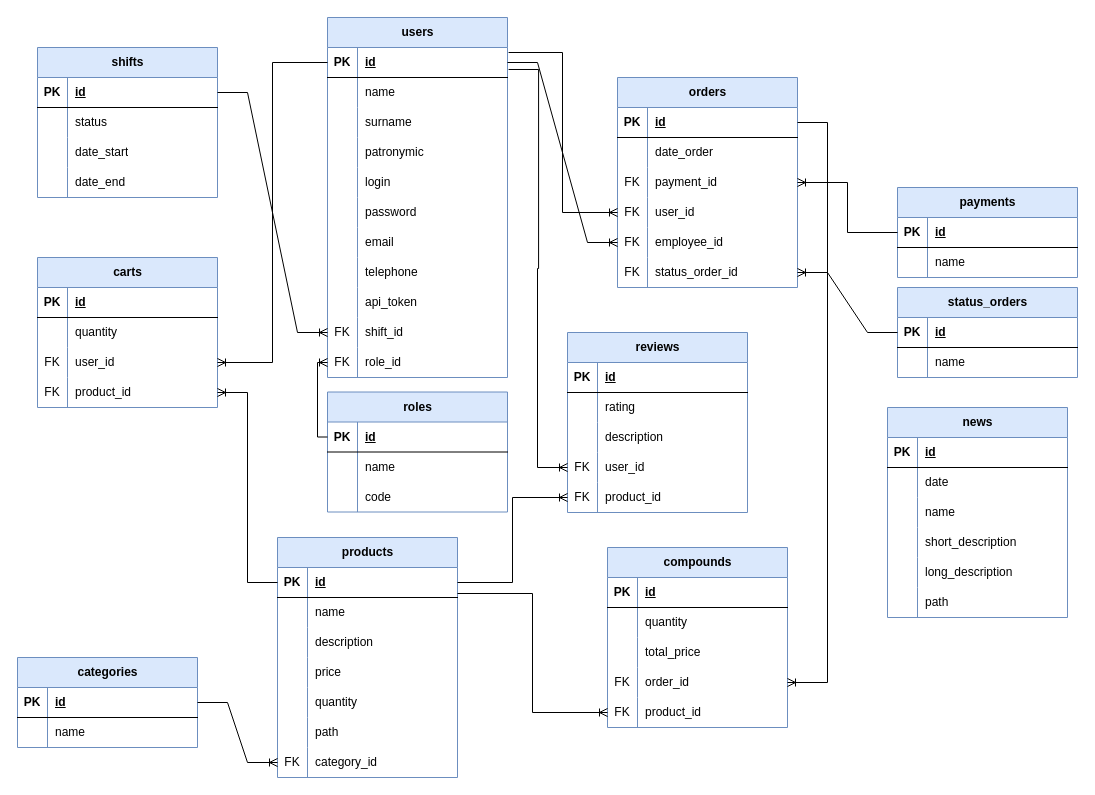
Above: page "ЛМ" (2 of 3) of doc/diagram.drawio in savayaqu/service_funeral (draw.io), before the change. Source tidied: cells renumbered, new cells numbered last; positions are measured from the earlier drawing's top-left corner, leaving out a move shared by most shapes. Both pictures are drawn from the tidied source at 100%, with x=0, y=0 at pixel (17, 17).
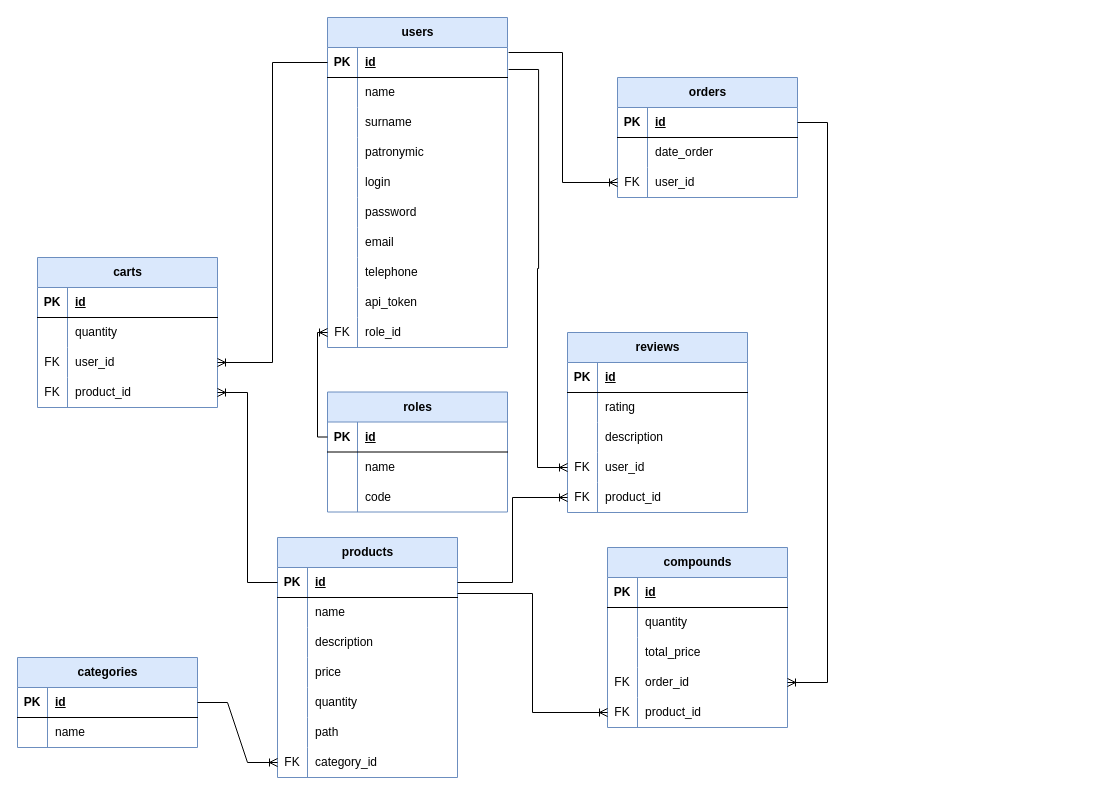
After the change.

Unchanged cells that the change refers to:
```xml
<mxCell id="13" style="shape=tableRow;horizontal=0;startSize=0;swimlaneHead=0;swimlaneBody=0;fillColor=none;points=[[0,0.5],[1,0.5]];portConstraint=eastwest;top=0;left=0;right=0;bottom=1;" parent="12" vertex="1">
  <mxGeometry y="30" width="180" height="30" as="geometry" />
</mxCell>
```

Change to the diagram source:
```diff
@@
     <mxCell id="12" value="users" style="shape=table;startSize=30;childLayout=tableLayout;rowLines=0;fontStyle=1;align=center;html=1;fillColor=#dae8fc;strokeColor=#6c8ebf;" parent="1" vertex="1">
-      <mxGeometry x="310" width="180" height="360" as="geometry" />
+      <mxGeometry x="310" width="180" height="330" as="geometry" />
     </mxCell>
@@
-    <mxCell id="40" style="shape=tableRow;horizontal=0;startSize=0;swimlaneHead=0;swimlaneBody=0;fillColor=none;points=[[0,0.5],[1,0.5]];portConstraint=eastwest;top=0;left=0;right=0;bottom=0;" parent="12" vertex="1">
-      <mxGeometry y="300" width="180" height="30" as="geometry" />
-    </mxCell>
-    <mxCell id="41" value="FK" style="shape=partialRectangle;fillColor=none;top=0;left=0;bottom=0;right=0;overflow=hidden;whiteSpace=wrap;html=1;" parent="40" vertex="1">
-      <mxGeometry width="30" height="30" as="geometry" />
-    </mxCell>
-    <mxCell id="42" value="shift_id" style="shape=partialRectangle;fillColor=none;top=0;left=0;bottom=0;right=0;align=left;spacingLeft=6;overflow=hidden;whiteSpace=wrap;html=1;" parent="40" vertex="1">
-      <mxGeometry x="30" width="150" height="30" as="geometry" />
-    </mxCell>
     <mxCell id="43" style="shape=tableRow;horizontal=0;startSize=0;swimlaneHead=0;swimlaneBody=0;fillColor=none;points=[[0,0.5],[1,0.5]];portConstraint=eastwest;top=0;left=0;right=0;bottom=0;" parent="12" vertex="1">
-      <mxGeometry y="330" width="180" height="30" as="geometry" />
+      <mxGeometry y="300" width="180" height="30" as="geometry" />
     </mxCell>
@@
     <mxCell id="75" value="orders" style="shape=table;startSize=30;childLayout=tableLayout;rowLines=0;fontStyle=1;align=center;html=1;fillColor=#dae8fc;strokeColor=#6c8ebf;" parent="1" vertex="1">
-      <mxGeometry x="600" y="60" width="180" height="210" as="geometry" />
+      <mxGeometry x="600" y="60" width="180" height="120" as="geometry" />
     </mxCell>
@@
-    <mxCell id="82" style="shape=tableRow;horizontal=0;startSize=0;swimlaneHead=0;swimlaneBody=0;fillColor=none;points=[[0,0.5],[1,0.5]];portConstraint=eastwest;top=0;left=0;right=0;bottom=0;" parent="75" vertex="1">
-      <mxGeometry y="90" width="180" height="30" as="geometry" />
-    </mxCell>
-    <mxCell id="83" value="FK" style="shape=partialRectangle;fillColor=none;top=0;left=0;bottom=0;right=0;overflow=hidden;whiteSpace=wrap;html=1;" parent="82" vertex="1">
-      <mxGeometry width="30" height="30" as="geometry" />
-    </mxCell>
-    <mxCell id="84" value="payment_id" style="shape=partialRectangle;fillColor=none;top=0;left=0;bottom=0;right=0;align=left;spacingLeft=6;overflow=hidden;whiteSpace=wrap;html=1;" parent="82" vertex="1">
-      <mxGeometry x="30" width="150" height="30" as="geometry" />
-    </mxCell>
     <mxCell id="85" style="shape=tableRow;horizontal=0;startSize=0;swimlaneHead=0;swimlaneBody=0;fillColor=none;points=[[0,0.5],[1,0.5]];portConstraint=eastwest;top=0;left=0;right=0;bottom=0;" parent="75" vertex="1">
-      <mxGeometry y="120" width="180" height="30" as="geometry" />
+      <mxGeometry y="90" width="180" height="30" as="geometry" />
     </mxCell>
@@
-    <mxCell id="88" style="shape=tableRow;horizontal=0;startSize=0;swimlaneHead=0;swimlaneBody=0;fillColor=none;points=[[0,0.5],[1,0.5]];portConstraint=eastwest;top=0;left=0;right=0;bottom=0;" parent="75" vertex="1">
-      <mxGeometry y="150" width="180" height="30" as="geometry" />
-    </mxCell>
-    <mxCell id="89" value="FK" style="shape=partialRectangle;fillColor=none;top=0;left=0;bottom=0;right=0;overflow=hidden;whiteSpace=wrap;html=1;" parent="88" vertex="1">
-      <mxGeometry width="30" height="30" as="geometry" />
-    </mxCell>
-    <mxCell id="90" value="employee_id" style="shape=partialRectangle;fillColor=none;top=0;left=0;bottom=0;right=0;align=left;spacingLeft=6;overflow=hidden;whiteSpace=wrap;html=1;" parent="88" vertex="1">
-      <mxGeometry x="30" width="150" height="30" as="geometry" />
-    </mxCell>
-    <mxCell id="91" style="shape=tableRow;horizontal=0;startSize=0;swimlaneHead=0;swimlaneBody=0;fillColor=none;points=[[0,0.5],[1,0.5]];portConstraint=eastwest;top=0;left=0;right=0;bottom=0;" parent="75" vertex="1">
-      <mxGeometry y="180" width="180" height="30" as="geometry" />
-    </mxCell>
-    <mxCell id="92" value="FK" style="shape=partialRectangle;fillColor=none;top=0;left=0;bottom=0;right=0;overflow=hidden;whiteSpace=wrap;html=1;" parent="91" vertex="1">
-      <mxGeometry width="30" height="30" as="geometry" />
-    </mxCell>
-    <mxCell id="93" value="status_order_id" style="shape=partialRectangle;fillColor=none;top=0;left=0;bottom=0;right=0;align=left;spacingLeft=6;overflow=hidden;whiteSpace=wrap;html=1;" parent="91" vertex="1">
-      <mxGeometry x="30" width="150" height="30" as="geometry" />
-    </mxCell>
-    <mxCell id="94" value="status_orders" style="shape=table;startSize=30;childLayout=tableLayout;rowLines=0;fontStyle=1;align=center;html=1;fillColor=#dae8fc;strokeColor=#6c8ebf;" parent="1" vertex="1">
-      <mxGeometry x="880" y="270" width="180" height="90" as="geometry" />
-    </mxCell>
-    <mxCell id="95" style="shape=tableRow;horizontal=0;startSize=0;swimlaneHead=0;swimlaneBody=0;fillColor=none;points=[[0,0.5],[1,0.5]];portConstraint=eastwest;top=0;left=0;right=0;bottom=1;" parent="94" vertex="1">
-      <mxGeometry y="30" width="180" height="30" as="geometry" />
-    </mxCell>
-    <mxCell id="96" value="PK" style="shape=partialRectangle;fillColor=none;top=0;left=0;bottom=0;right=0;fontStyle=1;overflow=hidden;whiteSpace=wrap;html=1;" parent="95" vertex="1">
-      <mxGeometry width="30" height="30" as="geometry" />
-    </mxCell>
-    <mxCell id="97" value="id" style="shape=partialRectangle;fillColor=none;top=0;left=0;bottom=0;right=0;align=left;spacingLeft=6;fontStyle=5;overflow=hidden;whiteSpace=wrap;html=1;" parent="95" vertex="1">
-      <mxGeometry x="30" width="150" height="30" as="geometry" />
-    </mxCell>
-    <mxCell id="98" style="shape=tableRow;horizontal=0;startSize=0;swimlaneHead=0;swimlaneBody=0;fillColor=none;top=0;left=0;right=0;bottom=0;" parent="94" vertex="1">
-      <mxGeometry y="60" width="180" height="30" as="geometry" />
-    </mxCell>
-    <mxCell id="99" style="shape=partialRectangle;fillColor=none;top=0;left=0;bottom=0;right=0;overflow=hidden;whiteSpace=wrap;html=1;" parent="98" vertex="1">
-      <mxGeometry width="30" height="30" as="geometry" />
-    </mxCell>
-    <mxCell id="100" value="name" style="shape=partialRectangle;fillColor=none;top=0;left=0;bottom=0;right=0;align=left;spacingLeft=6;overflow=hidden;whiteSpace=wrap;html=1;" parent="98" vertex="1">
-      <mxGeometry x="30" width="150" height="30" as="geometry" />
-    </mxCell>
-    <mxCell id="101" value="payments" style="shape=table;startSize=30;childLayout=tableLayout;rowLines=0;fontStyle=1;align=center;html=1;fillColor=#dae8fc;strokeColor=#6c8ebf;" parent="1" vertex="1">
-      <mxGeometry x="880" y="170" width="180" height="90" as="geometry" />
-    </mxCell>
-    <mxCell id="102" style="shape=tableRow;horizontal=0;startSize=0;swimlaneHead=0;swimlaneBody=0;fillColor=none;points=[[0,0.5],[1,0.5]];portConstraint=eastwest;top=0;left=0;right=0;bottom=1;" parent="101" vertex="1">
-      <mxGeometry y="30" width="180" height="30" as="geometry" />
-    </mxCell>
-    <mxCell id="103" value="PK" style="shape=partialRectangle;fillColor=none;top=0;left=0;bottom=0;right=0;fontStyle=1;overflow=hidden;whiteSpace=wrap;html=1;" parent="102" vertex="1">
-      <mxGeometry width="30" height="30" as="geometry" />
-    </mxCell>
-    <mxCell id="104" value="id" style="shape=partialRectangle;fillColor=none;top=0;left=0;bottom=0;right=0;align=left;spacingLeft=6;fontStyle=5;overflow=hidden;whiteSpace=wrap;html=1;" parent="102" vertex="1">
-      <mxGeometry x="30" width="150" height="30" as="geometry" />
-    </mxCell>
-    <mxCell id="105" style="shape=tableRow;horizontal=0;startSize=0;swimlaneHead=0;swimlaneBody=0;fillColor=none;top=0;left=0;right=0;bottom=0;" parent="101" vertex="1">
-      <mxGeometry y="60" width="180" height="30" as="geometry" />
-    </mxCell>
-    <mxCell id="106" style="shape=partialRectangle;fillColor=none;top=0;left=0;bottom=0;right=0;overflow=hidden;whiteSpace=wrap;html=1;" parent="105" vertex="1">
-      <mxGeometry width="30" height="30" as="geometry" />
-    </mxCell>
-    <mxCell id="107" value="name" style="shape=partialRectangle;fillColor=none;top=0;left=0;bottom=0;right=0;align=left;spacingLeft=6;overflow=hidden;whiteSpace=wrap;html=1;" parent="105" vertex="1">
-      <mxGeometry x="30" width="150" height="30" as="geometry" />
-    </mxCell>
@@
-    <mxCell id="155" style="edgeStyle=orthogonalEdgeStyle;fontSize=12;html=1;endArrow=ERoneToMany;rounded=0;" parent="1" edge="1" source="102" target="82">
-      <mxGeometry relative="1" as="geometry" />
-    </mxCell>
@@
-    <mxCell id="157" style="edgeStyle=entityRelationEdgeStyle;fontSize=12;html=1;endArrow=ERoneToMany;rounded=0;" parent="1" edge="1" source="95" target="91">
-      <mxGeometry relative="1" as="geometry" />
-    </mxCell>
@@
-    <mxCell id="164" value="news" style="shape=table;startSize=30;childLayout=tableLayout;rowLines=0;fontStyle=1;align=center;html=1;fillColor=#dae8fc;strokeColor=#6c8ebf;" parent="1" vertex="1">
-      <mxGeometry x="870" y="390" width="180" height="210" as="geometry" />
-    </mxCell>
-    <mxCell id="165" style="shape=tableRow;horizontal=0;startSize=0;swimlaneHead=0;swimlaneBody=0;fillColor=none;top=0;left=0;right=0;bottom=1;" parent="164" vertex="1">
-      <mxGeometry y="30" width="180" height="30" as="geometry" />
-    </mxCell>
-    <mxCell id="166" value="PK" style="shape=partialRectangle;fillColor=none;top=0;left=0;bottom=0;right=0;fontStyle=1;overflow=hidden;whiteSpace=wrap;html=1;" parent="165" vertex="1">
-      <mxGeometry width="30" height="30" as="geometry" />
-    </mxCell>
-    <mxCell id="167" value="id" style="shape=partialRectangle;fillColor=none;top=0;left=0;bottom=0;right=0;align=left;spacingLeft=6;fontStyle=5;overflow=hidden;whiteSpace=wrap;html=1;" parent="165" vertex="1">
-      <mxGeometry x="30" width="150" height="30" as="geometry" />
-    </mxCell>
-    <mxCell id="168" style="shape=tableRow;horizontal=0;startSize=0;swimlaneHead=0;swimlaneBody=0;fillColor=none;top=0;left=0;right=0;bottom=0;" parent="164" vertex="1">
-      <mxGeometry y="60" width="180" height="30" as="geometry" />
-    </mxCell>
-    <mxCell id="169" style="shape=partialRectangle;fillColor=none;top=0;left=0;bottom=0;right=0;overflow=hidden;whiteSpace=wrap;html=1;" parent="168" vertex="1">
-      <mxGeometry width="30" height="30" as="geometry" />
-    </mxCell>
-    <mxCell id="170" value="date" style="shape=partialRectangle;fillColor=none;top=0;left=0;bottom=0;right=0;align=left;spacingLeft=6;overflow=hidden;whiteSpace=wrap;html=1;" parent="168" vertex="1">
-      <mxGeometry x="30" width="150" height="30" as="geometry" />
-    </mxCell>
-    <mxCell id="171" style="shape=tableRow;horizontal=0;startSize=0;swimlaneHead=0;swimlaneBody=0;fillColor=none;top=0;left=0;right=0;bottom=0;" parent="164" vertex="1">
-      <mxGeometry y="90" width="180" height="30" as="geometry" />
-    </mxCell>
-    <mxCell id="172" style="shape=partialRectangle;fillColor=none;top=0;left=0;bottom=0;right=0;overflow=hidden;whiteSpace=wrap;html=1;" parent="171" vertex="1">
-      <mxGeometry width="30" height="30" as="geometry" />
-    </mxCell>
-    <mxCell id="173" value="name" style="shape=partialRectangle;fillColor=none;top=0;left=0;bottom=0;right=0;align=left;spacingLeft=6;overflow=hidden;whiteSpace=wrap;html=1;" parent="171" vertex="1">
-      <mxGeometry x="30" width="150" height="30" as="geometry" />
-    </mxCell>
-    <mxCell id="174" style="shape=tableRow;horizontal=0;startSize=0;swimlaneHead=0;swimlaneBody=0;fillColor=none;top=0;left=0;right=0;bottom=0;" parent="164" vertex="1">
-      <mxGeometry y="120" width="180" height="30" as="geometry" />
-    </mxCell>
-    <mxCell id="175" style="shape=partialRectangle;fillColor=none;top=0;left=0;bottom=0;right=0;overflow=hidden;whiteSpace=wrap;html=1;" parent="174" vertex="1">
-      <mxGeometry width="30" height="30" as="geometry" />
-    </mxCell>
-    <mxCell id="176" value="short_description" style="shape=partialRectangle;fillColor=none;top=0;left=0;bottom=0;right=0;align=left;spacingLeft=6;overflow=hidden;whiteSpace=wrap;html=1;" parent="174" vertex="1">
-      <mxGeometry x="30" width="150" height="30" as="geometry" />
-    </mxCell>
-    <mxCell id="177" style="shape=tableRow;horizontal=0;startSize=0;swimlaneHead=0;swimlaneBody=0;fillColor=none;top=0;left=0;right=0;bottom=0;" parent="164" vertex="1">
-      <mxGeometry y="150" width="180" height="30" as="geometry" />
-    </mxCell>
-    <mxCell id="178" style="shape=partialRectangle;fillColor=none;top=0;left=0;bottom=0;right=0;overflow=hidden;whiteSpace=wrap;html=1;" parent="177" vertex="1">
-      <mxGeometry width="30" height="30" as="geometry" />
-    </mxCell>
-    <mxCell id="179" value="long_description" style="shape=partialRectangle;fillColor=none;top=0;left=0;bottom=0;right=0;align=left;spacingLeft=6;overflow=hidden;whiteSpace=wrap;html=1;" parent="177" vertex="1">
-      <mxGeometry x="30" width="150" height="30" as="geometry" />
-    </mxCell>
-    <mxCell id="180" style="shape=tableRow;horizontal=0;startSize=0;swimlaneHead=0;swimlaneBody=0;fillColor=none;top=0;left=0;right=0;bottom=0;" parent="164" vertex="1">
-      <mxGeometry y="180" width="180" height="30" as="geometry" />
-    </mxCell>
-    <mxCell id="181" style="shape=partialRectangle;fillColor=none;top=0;left=0;bottom=0;right=0;overflow=hidden;whiteSpace=wrap;html=1;" parent="180" vertex="1">
-      <mxGeometry width="30" height="30" as="geometry" />
-    </mxCell>
-    <mxCell id="182" value="path" style="shape=partialRectangle;fillColor=none;top=0;left=0;bottom=0;right=0;align=left;spacingLeft=6;overflow=hidden;whiteSpace=wrap;html=1;" parent="180" vertex="1">
-      <mxGeometry x="30" width="150" height="30" as="geometry" />
-    </mxCell>
-    <mxCell id="183" value="shifts" style="shape=table;startSize=30;childLayout=tableLayout;rowLines=0;fontStyle=1;align=center;html=1;fillColor=#dae8fc;strokeColor=#6c8ebf;" parent="1" vertex="1">
-      <mxGeometry x="20" y="30" width="180" height="150" as="geometry" />
-    </mxCell>
-    <mxCell id="184" style="shape=tableRow;horizontal=0;startSize=0;swimlaneHead=0;swimlaneBody=0;fillColor=none;points=[[0,0.5],[1,0.5]];portConstraint=eastwest;top=0;left=0;right=0;bottom=1;" parent="183" vertex="1">
-      <mxGeometry y="30" width="180" height="30" as="geometry" />
-    </mxCell>
-    <mxCell id="185" value="PK" style="shape=partialRectangle;fillColor=none;top=0;left=0;bottom=0;right=0;fontStyle=1;overflow=hidden;whiteSpace=wrap;html=1;" parent="184" vertex="1">
-      <mxGeometry width="30" height="30" as="geometry" />
-    </mxCell>
-    <mxCell id="186" value="id" style="shape=partialRectangle;fillColor=none;top=0;left=0;bottom=0;right=0;align=left;spacingLeft=6;fontStyle=5;overflow=hidden;whiteSpace=wrap;html=1;" parent="184" vertex="1">
-      <mxGeometry x="30" width="150" height="30" as="geometry" />
-    </mxCell>
-    <mxCell id="187" style="shape=tableRow;horizontal=0;startSize=0;swimlaneHead=0;swimlaneBody=0;fillColor=none;top=0;left=0;right=0;bottom=0;" parent="183" vertex="1">
-      <mxGeometry y="60" width="180" height="30" as="geometry" />
-    </mxCell>
-    <mxCell id="188" style="shape=partialRectangle;fillColor=none;top=0;left=0;bottom=0;right=0;overflow=hidden;whiteSpace=wrap;html=1;" parent="187" vertex="1">
-      <mxGeometry width="30" height="30" as="geometry" />
-    </mxCell>
-    <mxCell id="189" value="status" style="shape=partialRectangle;fillColor=none;top=0;left=0;bottom=0;right=0;align=left;spacingLeft=6;overflow=hidden;whiteSpace=wrap;html=1;" parent="187" vertex="1">
-      <mxGeometry x="30" width="150" height="30" as="geometry" />
-    </mxCell>
-    <mxCell id="190" style="shape=tableRow;horizontal=0;startSize=0;swimlaneHead=0;swimlaneBody=0;fillColor=none;top=0;left=0;right=0;bottom=0;" parent="183" vertex="1">
-      <mxGeometry y="90" width="180" height="30" as="geometry" />
-    </mxCell>
-    <mxCell id="191" style="shape=partialRectangle;fillColor=none;top=0;left=0;bottom=0;right=0;overflow=hidden;whiteSpace=wrap;html=1;" parent="190" vertex="1">
-      <mxGeometry width="30" height="30" as="geometry" />
-    </mxCell>
-    <mxCell id="192" value="date_start" style="shape=partialRectangle;fillColor=none;top=0;left=0;bottom=0;right=0;align=left;spacingLeft=6;overflow=hidden;whiteSpace=wrap;html=1;" parent="190" vertex="1">
-      <mxGeometry x="30" width="150" height="30" as="geometry" />
-    </mxCell>
-    <mxCell id="193" style="shape=tableRow;horizontal=0;startSize=0;swimlaneHead=0;swimlaneBody=0;fillColor=none;top=0;left=0;right=0;bottom=0;" parent="183" vertex="1">
-      <mxGeometry y="120" width="180" height="30" as="geometry" />
-    </mxCell>
-    <mxCell id="194" style="shape=partialRectangle;fillColor=none;top=0;left=0;bottom=0;right=0;overflow=hidden;whiteSpace=wrap;html=1;" parent="193" vertex="1">
-      <mxGeometry width="30" height="30" as="geometry" />
-    </mxCell>
-    <mxCell id="195" value="date_end" style="shape=partialRectangle;fillColor=none;top=0;left=0;bottom=0;right=0;align=left;spacingLeft=6;overflow=hidden;whiteSpace=wrap;html=1;" parent="193" vertex="1">
-      <mxGeometry x="30" width="150" height="30" as="geometry" />
-    </mxCell>
-    <mxCell id="196" style="edgeStyle=entityRelationEdgeStyle;fontSize=12;html=1;endArrow=ERoneToMany;rounded=0;" parent="1" edge="1" source="184" target="40">
-      <mxGeometry relative="1" as="geometry" />
-    </mxCell>
-    <mxCell id="197" style="edgeStyle=entityRelationEdgeStyle;fontSize=12;html=1;endArrow=ERoneToMany;rounded=0;" parent="1" edge="1" source="13" target="88">
-      <mxGeometry relative="1" as="geometry" />
-    </mxCell>
```
